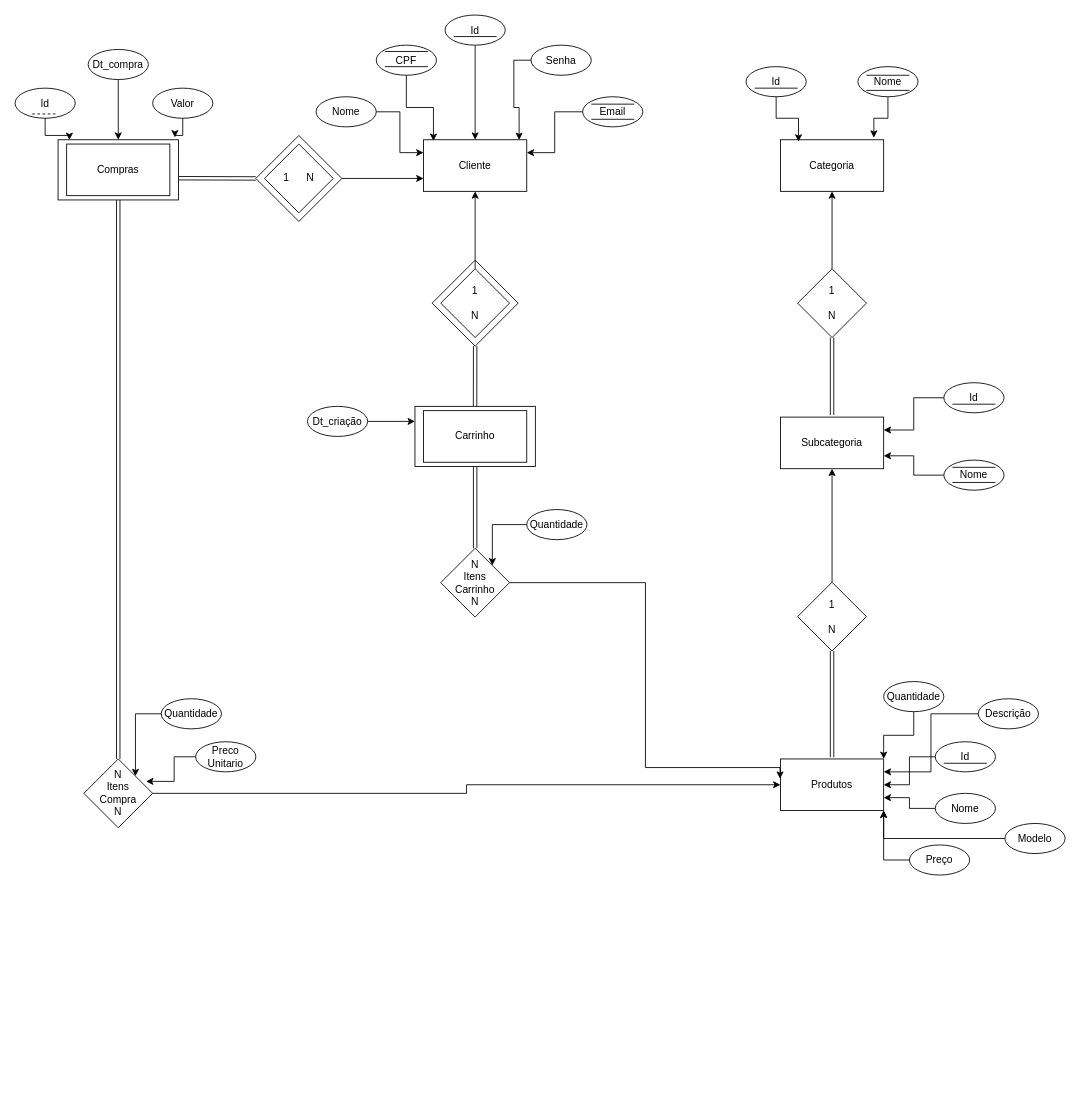
Above: docs/LojaHardware.drawio in LiloMarino/LojaHardware (draw.io), before the change. Source tidied: cells renumbered, new cells numbered last; positions are measured from the earlier drawing's top-left corner, leaving out a move shared by most shapes. Both pictures are drawn from the tidied source at 86%, with x=0, y=0 at pixel (15, 15).
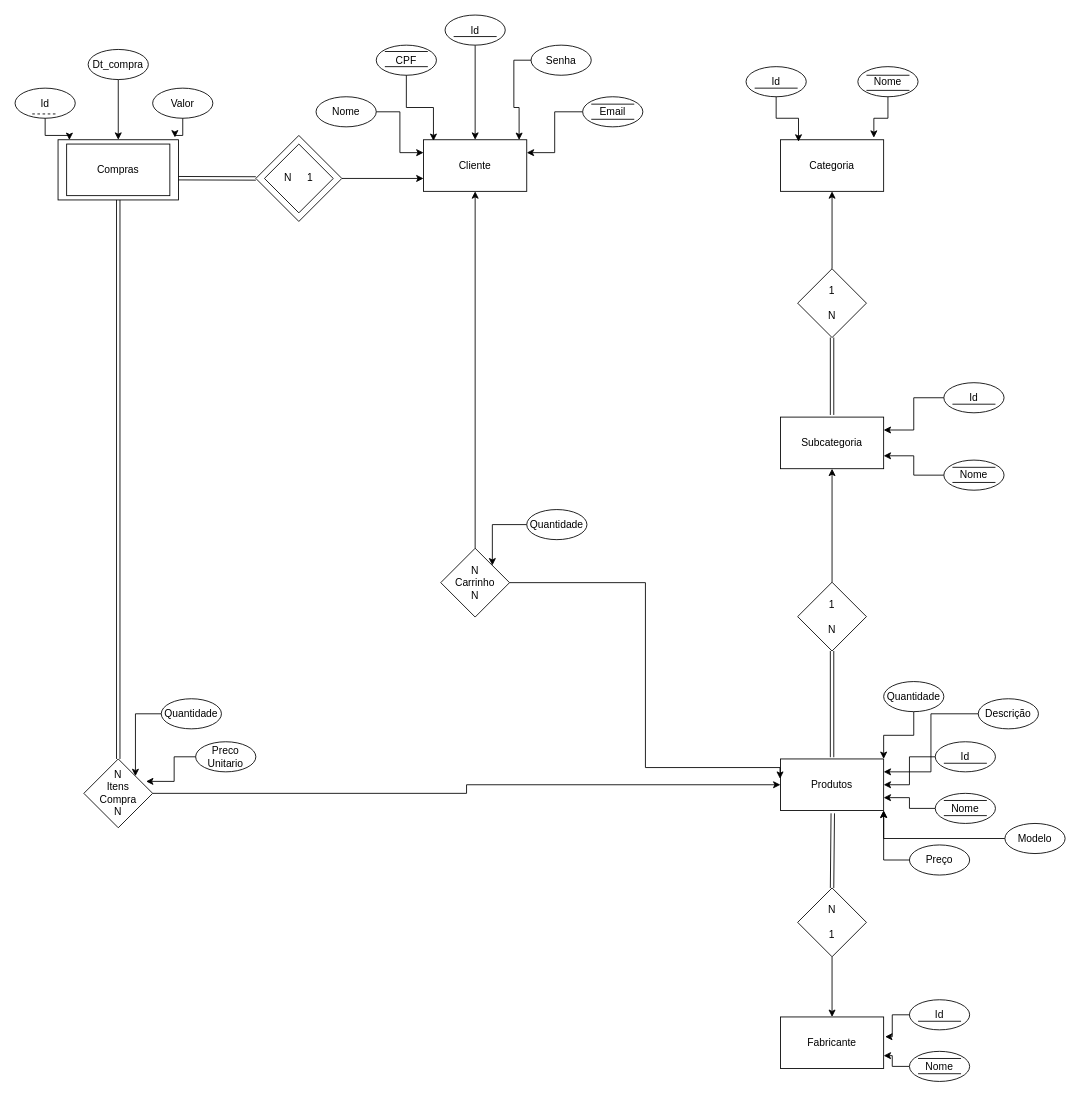
Above is the later version.

Commit message:
docs: :memo: atualizado DER

Unchanged cells that the change refers to:
```xml
<mxCell id="8" value="Cliente" style="rounded=0;whiteSpace=wrap;html=1;" parent="1" vertex="1">
  <mxGeometry x="475" y="145" width="120" height="60" as="geometry" />
</mxCell>
<mxCell id="36" value="Produtos" style="rounded=0;whiteSpace=wrap;html=1;" parent="1" vertex="1">
  <mxGeometry x="890" y="865" width="120" height="60" as="geometry" />
</mxCell>
```

The edit, as a diff of the source:
```diff
@@
-    <mxCell id="20" style="rounded=0;whiteSpace=wrap;html=1;" parent="1" vertex="1">
-      <mxGeometry x="465" y="455" width="140" height="70" as="geometry" />
-    </mxCell>
-    <mxCell id="21" value="Carrinho" style="rounded=0;whiteSpace=wrap;html=1;" parent="1" vertex="1">
-      <mxGeometry x="475" y="460" width="120" height="60" as="geometry" />
-    </mxCell>
-    <mxCell id="22" style="edgeStyle=orthogonalEdgeStyle;rounded=0;jettySize=auto;html=1;entryX=0;entryY=0.25;entryDx=0;entryDy=0;" parent="1" edge="1" source="23" target="20">
-      <mxGeometry relative="1" as="geometry" />
-    </mxCell>
-    <mxCell id="23" value="Dt_criação" style="ellipse;whiteSpace=wrap;html=1;" parent="1" vertex="1">
-      <mxGeometry x="340" y="455" width="70" height="35" as="geometry" />
-    </mxCell>
@@
-    <mxCell id="54" value="&lt;div&gt;N&lt;/div&gt;Itens&lt;div&gt;Carrinho&lt;/div&gt;&lt;div&gt;N&lt;/div&gt;" style="rhombus;whiteSpace=wrap;html=1;" parent="1" vertex="1">
+    <mxCell id="54" value="&lt;div&gt;N&lt;/div&gt;&lt;div&gt;Carrinho&lt;/div&gt;&lt;div&gt;N&lt;/div&gt;" style="rhombus;whiteSpace=wrap;html=1;" parent="1" vertex="1">
       <mxGeometry x="495" y="620" width="80" height="80" as="geometry" />
     </mxCell>
@@
-    <mxCell id="63" value="1&lt;span style=&quot;white-space: pre;&quot;&gt;&#9;&lt;/span&gt;N" style="rhombus;whiteSpace=wrap;html=1;" parent="1" vertex="1">
+    <mxCell id="63" value="N&lt;span style=&quot;white-space: pre;&quot;&gt;&#9;&lt;/span&gt;1" style="rhombus;whiteSpace=wrap;html=1;" parent="1" vertex="1">
       <mxGeometry x="290" y="150" width="80" height="80" as="geometry" />
     </mxCell>
-    <mxCell id="64" style="rhombus;whiteSpace=wrap;html=1;" parent="1" vertex="1">
-      <mxGeometry x="485" y="285" width="100" height="100" as="geometry" />
-    </mxCell>
-    <mxCell id="65" style="edgeStyle=orthogonalEdgeStyle;rounded=0;jettySize=auto;html=1;entryX=0.5;entryY=1;entryDx=0;entryDy=0;" parent="1" edge="1" source="66" target="8">
+    <mxCell id="65" style="edgeStyle=orthogonalEdgeStyle;rounded=0;jettySize=auto;html=1;entryX=0.5;entryY=1;entryDx=0;entryDy=0;exitX=0.5;exitY=0;exitDx=0;exitDy=0;" parent="1" edge="1" source="54" target="8">
       <mxGeometry relative="1" as="geometry" />
     </mxCell>
-    <mxCell id="66" value="1&lt;div&gt;&lt;br&gt;&lt;/div&gt;&lt;div&gt;N&lt;/div&gt;" style="rhombus;whiteSpace=wrap;html=1;" parent="1" vertex="1">
-      <mxGeometry x="495" y="295" width="80" height="80" as="geometry" />
-    </mxCell>
@@
-    <mxCell id="81" style="shape=link;html=1;rounded=0;entryX=0.5;entryY=1;entryDx=0;entryDy=0;" parent="1" edge="1" target="64">
-      <mxGeometry relative="1" as="geometry">
-        <mxPoint x="534.9" y="455" as="sourcePoint" />
-      </mxGeometry>
-    </mxCell>
@@
-    <mxCell id="84" style="shape=link;html=1;rounded=0;exitX=0.5;exitY=0;exitDx=0;exitDy=0;entryX=0.5;entryY=1;entryDx=0;entryDy=0;" parent="1" edge="1" source="54" target="20">
-      <mxGeometry relative="1" as="geometry" />
-    </mxCell>
@@
+    <mxCell id="87" style="edgeStyle=orthogonalEdgeStyle;rounded=0;jettySize=auto;html=1;" parent="1" edge="1" source="88" target="89">
+      <mxGeometry relative="1" as="geometry" />
+    </mxCell>
+    <mxCell id="88" value="N&lt;div&gt;&lt;br&gt;&lt;/div&gt;&lt;div&gt;1&lt;/div&gt;" style="rhombus;whiteSpace=wrap;html=1;" parent="1" vertex="1">
+      <mxGeometry x="910" y="1015" width="80" height="80" as="geometry" />
+    </mxCell>
+    <mxCell id="89" value="Fabricante" style="rounded=0;whiteSpace=wrap;html=1;" parent="1" vertex="1">
+      <mxGeometry x="890" y="1165" width="120" height="60" as="geometry" />
+    </mxCell>
+    <mxCell id="90" value="Id" style="ellipse;whiteSpace=wrap;html=1;" parent="1" vertex="1">
+      <mxGeometry x="1040" y="1145" width="70" height="35" as="geometry" />
+    </mxCell>
+    <mxCell id="91" style="endArrow=none;html=1;rounded=0;" parent="1" edge="1">
+      <mxGeometry relative="1" as="geometry">
+        <mxPoint x="1050" y="1170" as="sourcePoint" />
+        <mxPoint x="1100" y="1170" as="targetPoint" />
+      </mxGeometry>
+    </mxCell>
+    <mxCell id="92" style="edgeStyle=orthogonalEdgeStyle;rounded=0;jettySize=auto;html=1;entryX=1;entryY=0.75;entryDx=0;entryDy=0;" parent="1" edge="1" source="93" target="89">
+      <mxGeometry relative="1" as="geometry" />
+    </mxCell>
+    <mxCell id="93" value="Nome" style="ellipse;whiteSpace=wrap;html=1;" parent="1" vertex="1">
+      <mxGeometry x="1040" y="1205" width="70" height="35" as="geometry" />
+    </mxCell>
+    <mxCell id="94" style="edgeStyle=orthogonalEdgeStyle;rounded=0;jettySize=auto;html=1;entryX=1.014;entryY=0.383;entryDx=0;entryDy=0;entryPerimeter=0;" parent="1" edge="1" source="90" target="89">
+      <mxGeometry relative="1" as="geometry" />
+    </mxCell>
+    <mxCell id="95" style="endArrow=none;html=1;rounded=0;" parent="1" edge="1">
+      <mxGeometry relative="1" as="geometry">
+        <mxPoint x="1050" y="1231" as="sourcePoint" />
+        <mxPoint x="1100" y="1231" as="targetPoint" />
+      </mxGeometry>
+    </mxCell>
+    <mxCell id="96" style="endArrow=none;html=1;rounded=0;" parent="1" edge="1">
+      <mxGeometry relative="1" as="geometry">
+        <mxPoint x="1050" y="1213.3" as="sourcePoint" />
+        <mxPoint x="1100" y="1213.3" as="targetPoint" />
+      </mxGeometry>
+    </mxCell>
+    <mxCell id="97" style="shape=link;html=1;rounded=0;entryX=0.507;entryY=1.054;entryDx=0;entryDy=0;entryPerimeter=0;exitX=0.5;exitY=0;exitDx=0;exitDy=0;" parent="1" edge="1" source="88" target="36">
+      <mxGeometry relative="1" as="geometry" />
+    </mxCell>
+    <mxCell id="98" style="endArrow=none;html=1;rounded=0;" parent="1" edge="1">
+      <mxGeometry relative="1" as="geometry">
+        <mxPoint x="1080" y="930.9" as="sourcePoint" />
+        <mxPoint x="1130" y="930.9" as="targetPoint" />
+      </mxGeometry>
+    </mxCell>
+    <mxCell id="99" style="endArrow=none;html=1;rounded=0;" parent="1" edge="1">
+      <mxGeometry relative="1" as="geometry">
+        <mxPoint x="1080" y="913.3" as="sourcePoint" />
+        <mxPoint x="1130" y="913.3" as="targetPoint" />
+      </mxGeometry>
+    </mxCell>
```
